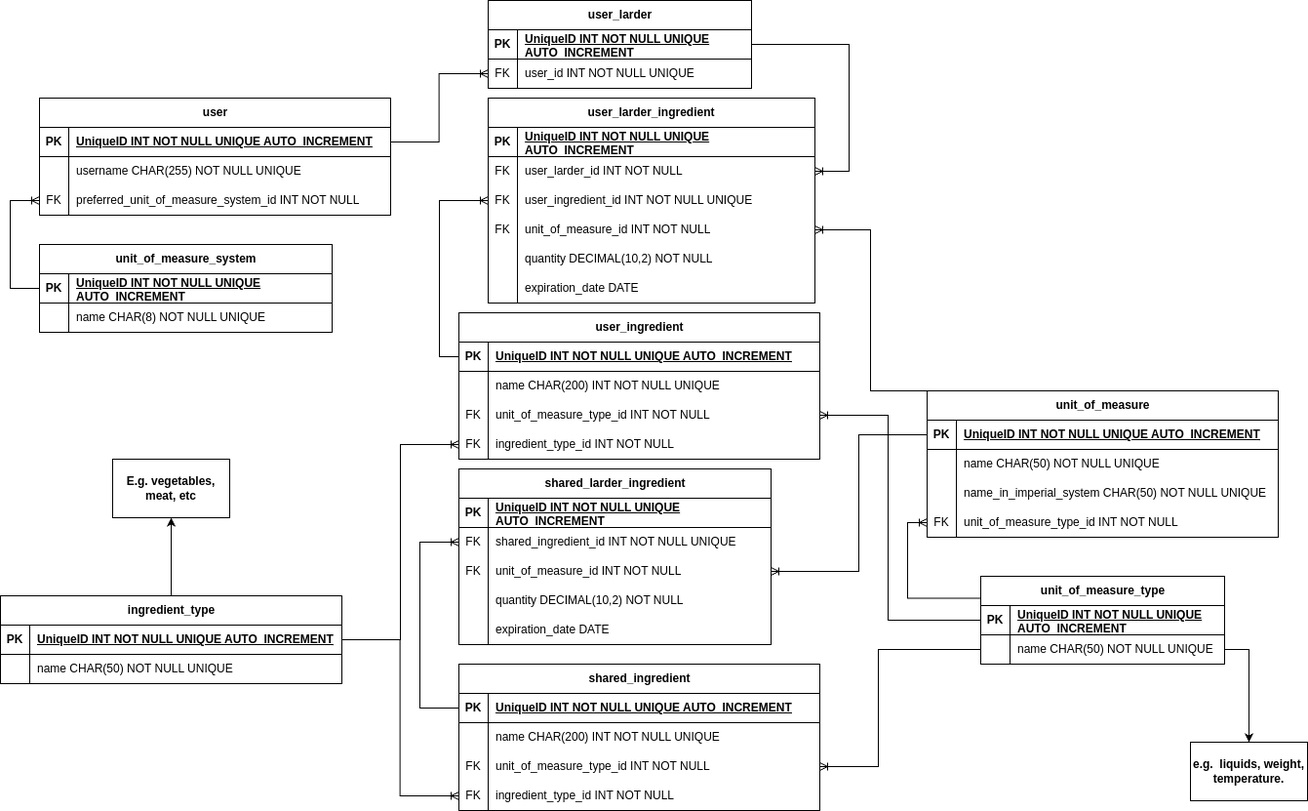
Above: Life-organizer database.png in Ulisessg/life-organizer (draw.io), before the change. Source tidied: cells renumbered, new cells last; positions are measured from the earlier drawing's top-left corner, leaving out a move shared by most shapes.
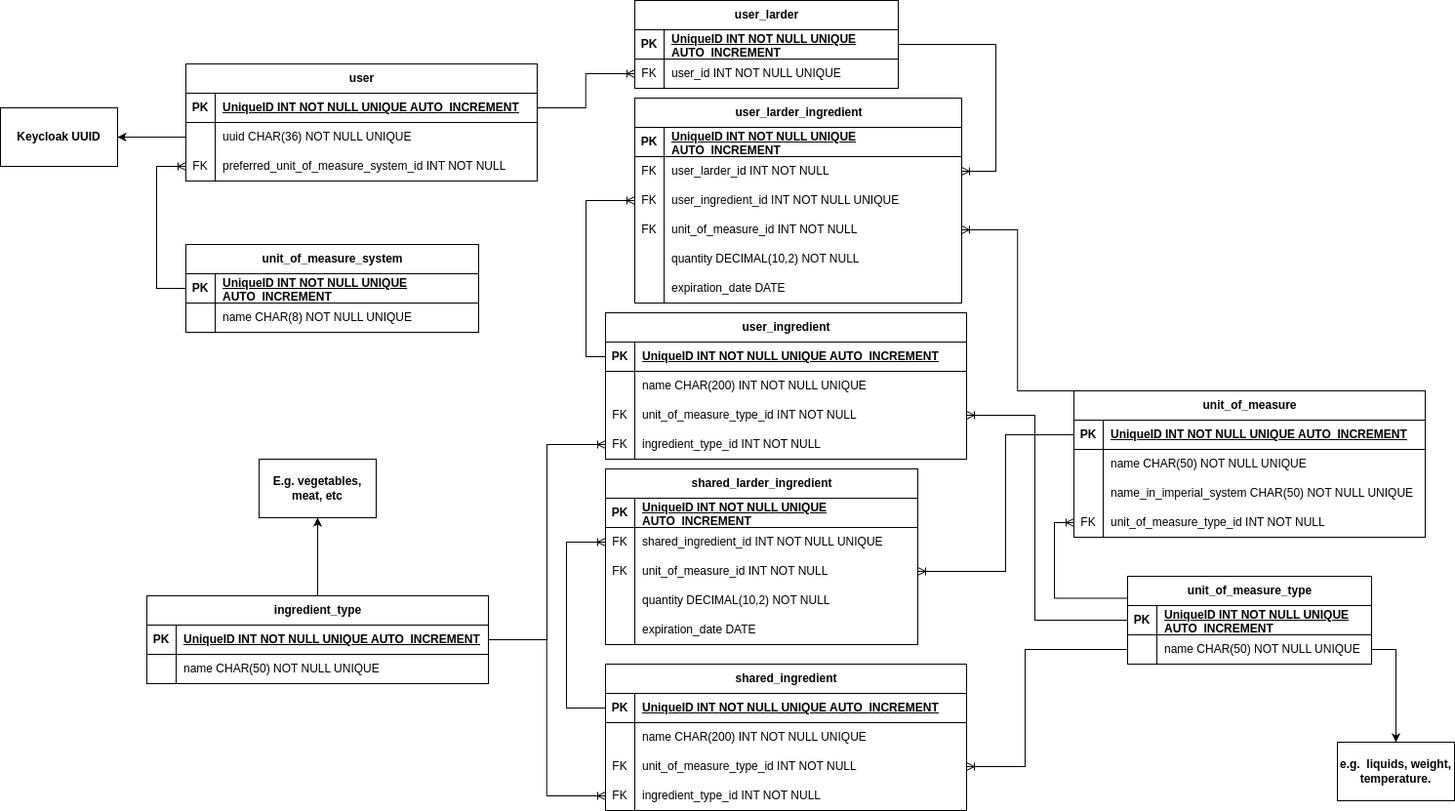
The same file after the commit.

Commit message:
Database diagram fixed, username changed por user_id to use keycloak user id

Diff of the diagram source:
```diff
@@ -2,8 +2,11 @@
   <root>
     <mxCell id="0" />
     <mxCell id="1" parent="0" />
+    <mxCell id="130" style="edgeStyle=orthogonalEdgeStyle;rounded=0;jettySize=auto;html=1;exitX=0;exitY=0.5;exitDx=0;exitDy=0;" parent="1" edge="1" source="6" target="131">
+      <mxGeometry relative="1" as="geometry" />
+    </mxCell>
     <mxCell id="2" value="user" style="shape=table;startSize=30;rowLines=0;fontStyle=1;align=center;html=1;" parent="1" vertex="1">
-      <mxGeometry x="40" y="100" width="360" height="120" as="geometry" />
+      <mxGeometry x="40" y="65" width="360" height="120" as="geometry" />
     </mxCell>
     <mxCell id="3" style="shape=tableRow;horizontal=0;startSize=0;swimlaneHead=0;swimlaneBody=0;fillColor=none;points=[[0,0.5],[1,0.5]];portConstraint=eastwest;top=0;left=0;right=0;bottom=1;" parent="2" vertex="1">
       <mxGeometry y="30" width="360" height="30" as="geometry" />
@@ -20,7 +23,7 @@
     <mxCell id="7" style="shape=partialRectangle;fillColor=none;top=0;left=0;bottom=0;right=0;overflow=hidden;whiteSpace=wrap;html=1;" parent="6" vertex="1">
       <mxGeometry width="30" height="30" as="geometry" />
     </mxCell>
-    <mxCell id="8" value="username CHAR(255) NOT NULL UNIQUE" style="shape=partialRectangle;fillColor=none;top=0;left=0;bottom=0;right=0;align=left;spacingLeft=6;overflow=hidden;whiteSpace=wrap;html=1;" parent="6" vertex="1">
+    <mxCell id="8" value="uuid CHAR(36) NOT NULL UNIQUE" style="shape=partialRectangle;fillColor=none;top=0;left=0;bottom=0;right=0;align=left;spacingLeft=6;overflow=hidden;whiteSpace=wrap;html=1;" parent="6" vertex="1">
       <mxGeometry x="30" width="330" height="30" as="geometry" />
     </mxCell>
     <mxCell id="9" style="shape=tableRow;horizontal=0;startSize=0;swimlaneHead=0;swimlaneBody=0;fillColor=none;points=[[0,0.5],[1,0.5]];portConstraint=eastwest;top=0;left=0;right=0;bottom=0;" parent="2" vertex="1">
@@ -426,5 +429,8 @@
     <mxCell id="129" value="E.g. vegetables, meat, etc" style="whiteSpace=wrap;html=1;startSize=30;fontStyle=1;" parent="1" vertex="1">
       <mxGeometry x="115" y="470" width="120" height="60" as="geometry" />
     </mxCell>
+    <mxCell id="131" value="Keycloak UUID" style="whiteSpace=wrap;html=1;startSize=30;fontStyle=1;" parent="1" vertex="1">
+      <mxGeometry x="-150" y="110" width="120" height="60" as="geometry" />
+    </mxCell>
   </root>
 </mxGraphModel>
```
